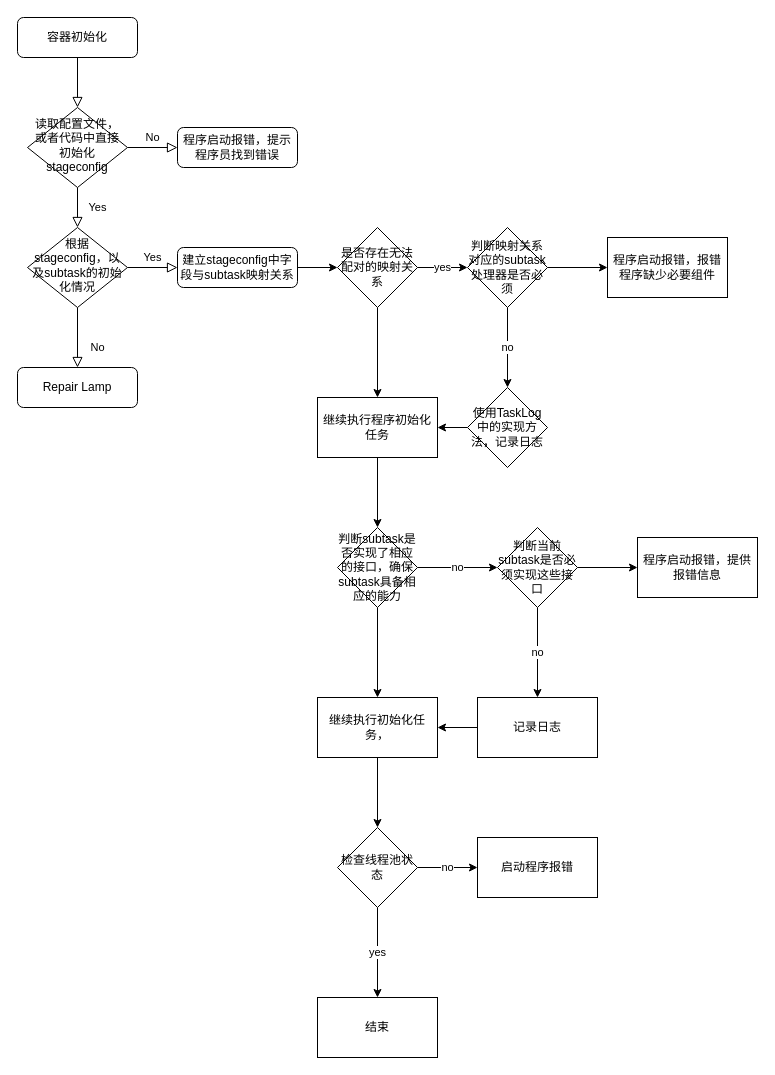
The draw.io diagram .drawio in mazl201/awesome, before the edit. Source tidied: cells renumbered, new cells numbered last; positions are measured from the earlier drawing's top-left corner, leaving out a move shared by most shapes. Both pictures are drawn from the tidied source at 100%, with x=0, y=0 at pixel (17, 17).
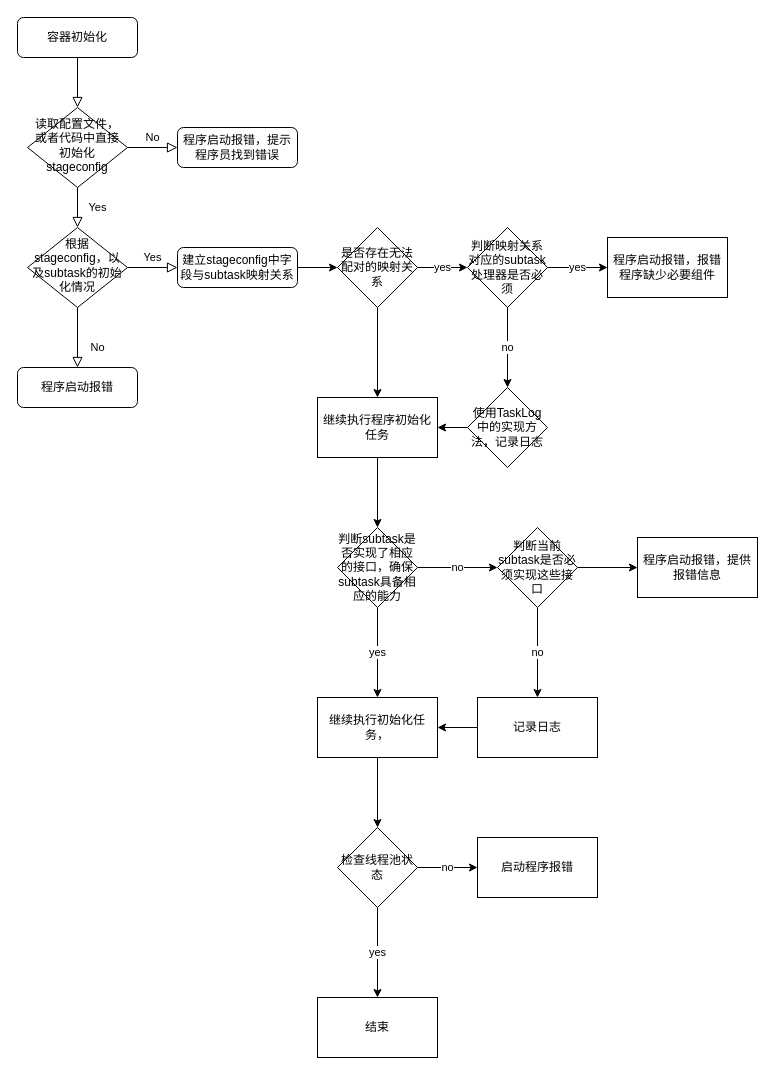
Above is the later version.

Unchanged cells that the change refers to:
```xml
<mxCell id="19" value="判断映射关系对应的subtask处理器是否必须" style="rhombus;whiteSpace=wrap;html=1;" parent="1" vertex="1">
  <mxGeometry x="450" y="210" width="80" height="80" as="geometry" />
</mxCell>
<mxCell id="21" value="程序启动报错，报错程序缺少必要组件" style="whiteSpace=wrap;html=1;" parent="1" vertex="1">
  <mxGeometry x="590" y="220" width="120" height="60" as="geometry" />
</mxCell>
<mxCell id="27" value="判断subtask是否实现了相应的接口，确保subtask具备相应的能力" style="rhombus;whiteSpace=wrap;html=1;" parent="1" vertex="1">
  <mxGeometry x="320" y="510" width="80" height="80" as="geometry" />
</mxCell>
<mxCell id="34" value="继续执行初始化任务，" style="whiteSpace=wrap;html=1;" parent="1" vertex="1">
  <mxGeometry x="300" y="680" width="120" height="60" as="geometry" />
</mxCell>
```

Diff of the diagram source:
```diff
@@
-    <mxCell id="11" value="Repair Lamp" style="rounded=1;whiteSpace=wrap;html=1;fontSize=12;glass=0;strokeWidth=1;shadow=0;" parent="1" vertex="1">
+    <mxCell id="11" value="程序启动报错" style="rounded=1;whiteSpace=wrap;html=1;fontSize=12;glass=0;strokeWidth=1;shadow=0;" parent="1" vertex="1">
       <mxGeometry y="350" width="120" height="40" as="geometry" />
     </mxCell>
@@
-    <mxCell id="18" style="edgeStyle=orthogonalEdgeStyle;rounded=0;jettySize=auto;html=1;" parent="1" edge="1" source="19" target="21">
+    <mxCell id="18" value="yes" style="edgeStyle=orthogonalEdgeStyle;rounded=0;jettySize=auto;html=1;" parent="1" edge="1" source="19" target="21">
       <mxGeometry relative="1" as="geometry" />
     </mxCell>
@@
-    <mxCell id="26" style="edgeStyle=orthogonalEdgeStyle;rounded=0;jettySize=auto;html=1;" parent="1" edge="1" source="27" target="34">
+    <mxCell id="26" value="yes&lt;br&gt;" style="edgeStyle=orthogonalEdgeStyle;rounded=0;jettySize=auto;html=1;" parent="1" edge="1" source="27" target="34">
       <mxGeometry relative="1" as="geometry" />
     </mxCell>
```
